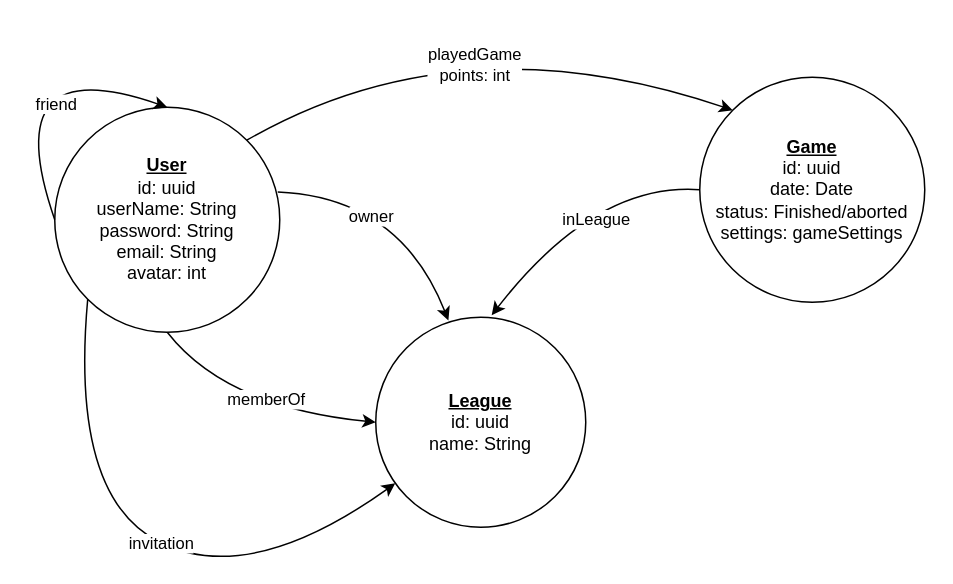
Above: page "extended version" (2 of 2) of Database.drawio in BitLord69/SGFM2 (draw.io), before the change. Source tidied: cells renumbered, new cells numbered last; positions are measured from the earlier drawing's top-left corner, leaving out a move shared by most shapes. Both pictures are drawn from the tidied source at 150%, with x=0, y=0 at pixel (-6, 16).
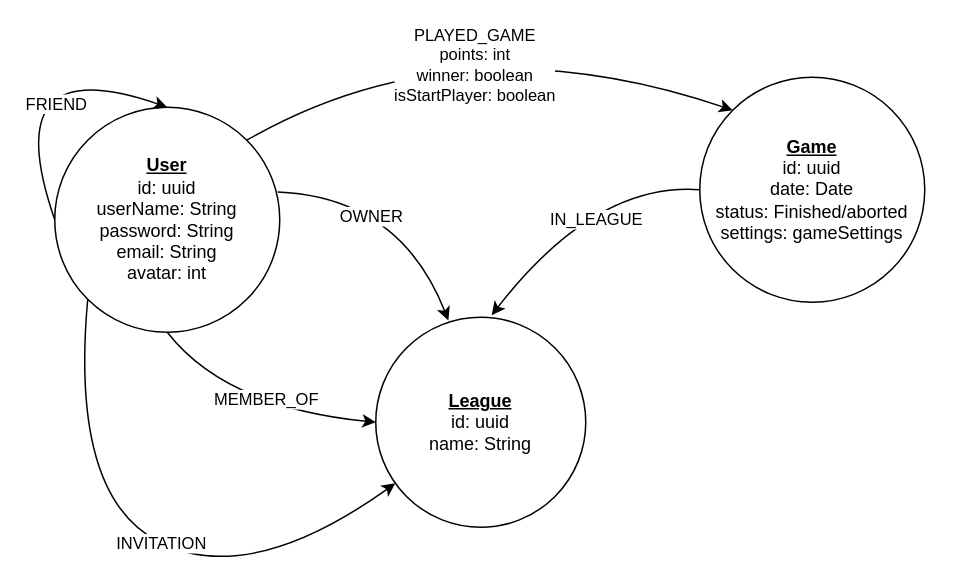
After the change.

Unchanged cells that the change refers to:
```xml
<mxCell id="4" style="curved=1;endArrow=classic;html=1;exitX=1;exitY=0;exitDx=0;exitDy=0;entryX=0;entryY=0;entryDx=0;entryDy=0;" parent="1" edge="1" source="2" target="3">
  <mxGeometry relative="1" as="geometry">
    <Array as="points">
      <mxPoint x="310" />
    </Array>
  </mxGeometry>
</mxCell>
<mxCell id="7" style="curved=1;endArrow=classic;html=1;exitX=0;exitY=0.5;exitDx=0;exitDy=0;entryX=0.552;entryY=-0.01;entryDx=0;entryDy=0;entryPerimeter=0;" parent="1" edge="1" source="3" target="6">
  <mxGeometry relative="1" as="geometry">
    <Array as="points">
      <mxPoint x="400" y="110" />
    </Array>
  </mxGeometry>
</mxCell>
<mxCell id="9" style="curved=1;endArrow=classic;html=1;exitX=0.991;exitY=0.377;exitDx=0;exitDy=0;exitPerimeter=0;entryX=0.346;entryY=0.015;entryDx=0;entryDy=0;entryPerimeter=0;" parent="1" edge="1" source="2" target="6">
  <mxGeometry relative="1" as="geometry">
    <Array as="points">
      <mxPoint x="270" y="120" />
    </Array>
  </mxGeometry>
</mxCell>
<mxCell id="11" style="curved=1;endArrow=classic;html=1;exitX=0.5;exitY=1;exitDx=0;exitDy=0;entryX=0;entryY=0.5;entryDx=0;entryDy=0;" parent="1" edge="1" source="2" target="6">
  <mxGeometry relative="1" as="geometry">
    <Array as="points">
      <mxPoint x="154" y="260" />
    </Array>
  </mxGeometry>
</mxCell>
<mxCell id="13" style="curved=1;endArrow=classic;html=1;exitX=0;exitY=0.5;exitDx=0;exitDy=0;entryX=0.5;entryY=0;entryDx=0;entryDy=0;" parent="1" edge="1" source="2" target="2">
  <mxGeometry relative="1" as="geometry">
    <Array as="points">
      <mxPoint y="20" />
    </Array>
  </mxGeometry>
</mxCell>
<mxCell id="15" style="curved=1;endArrow=classic;html=1;exitX=0;exitY=1;exitDx=0;exitDy=0;" parent="1" edge="1" source="2" target="6">
  <mxGeometry relative="1" as="geometry">
    <Array as="points">
      <mxPoint x="50" y="320" />
      <mxPoint x="170" y="380" />
    </Array>
  </mxGeometry>
</mxCell>
```

Change to the diagram source:
```diff
@@
-    <mxCell id="5" value="playedGame&lt;br&gt;points: int" style="edgeLabel;html=1;align=center;verticalAlign=middle;" parent="4" vertex="1">
+    <mxCell id="5" value="PLAYED_GAME&lt;br&gt;points: int&lt;br&gt;winner: boolean&lt;br&gt;isStartPlayer: boolean" style="edgeLabel;html=1;align=center;verticalAlign=middle;" parent="4" vertex="1">
       <mxGeometry x="0.02" y="-34" relative="1" as="geometry">
         <mxPoint x="3.4" y="-6.1" as="offset" />
       </mxGeometry>
     </mxCell>
@@
-    <mxCell id="8" value="inLeague" style="edgeLabel;html=1;align=center;verticalAlign=middle;" parent="7" vertex="1">
+    <mxCell id="8" value="IN_LEAGUE" style="edgeLabel;html=1;align=center;verticalAlign=middle;" parent="7" vertex="1">
       <mxGeometry x="0.19" y="17" relative="1" as="geometry">
         <mxPoint x="9.9" y="-15.5" as="offset" />
       </mxGeometry>
     </mxCell>
@@
-    <mxCell id="10" value="owner" style="edgeLabel;html=1;align=center;verticalAlign=middle;" parent="9" vertex="1">
+    <mxCell id="10" value="OWNER" style="edgeLabel;html=1;align=center;verticalAlign=middle;" parent="9" vertex="1">
       <mxGeometry x="-0.45" y="-14" relative="1" as="geometry">
         <mxPoint x="15" as="offset" />
       </mxGeometry>
     </mxCell>
@@
-    <mxCell id="12" value="memberOf" style="edgeLabel;html=1;align=center;verticalAlign=middle;" parent="11" vertex="1">
+    <mxCell id="12" value="MEMBER_OF" style="edgeLabel;html=1;align=center;verticalAlign=middle;" parent="11" vertex="1">
       <mxGeometry x="-0.04" y="7" relative="1" as="geometry">
         <mxPoint x="10.2" as="offset" />
       </mxGeometry>
     </mxCell>
@@
-    <mxCell id="14" value="friend" style="edgeLabel;html=1;align=center;verticalAlign=middle;" parent="13" vertex="1">
+    <mxCell id="14" value="FRIEND" style="edgeLabel;html=1;align=center;verticalAlign=middle;" parent="13" vertex="1">
       <mxGeometry x="0.41" y="-22" relative="1" as="geometry" />
     </mxCell>
@@
-    <mxCell id="16" value="invitation" style="edgeLabel;html=1;align=center;verticalAlign=middle;" parent="15" vertex="1">
+    <mxCell id="16" value="INVITATION" style="edgeLabel;html=1;align=center;verticalAlign=middle;" parent="15" vertex="1">
       <mxGeometry x="-0.16" y="11" relative="1" as="geometry">
         <mxPoint x="29.3" y="26.9" as="offset" />
       </mxGeometry>
     </mxCell>
```
